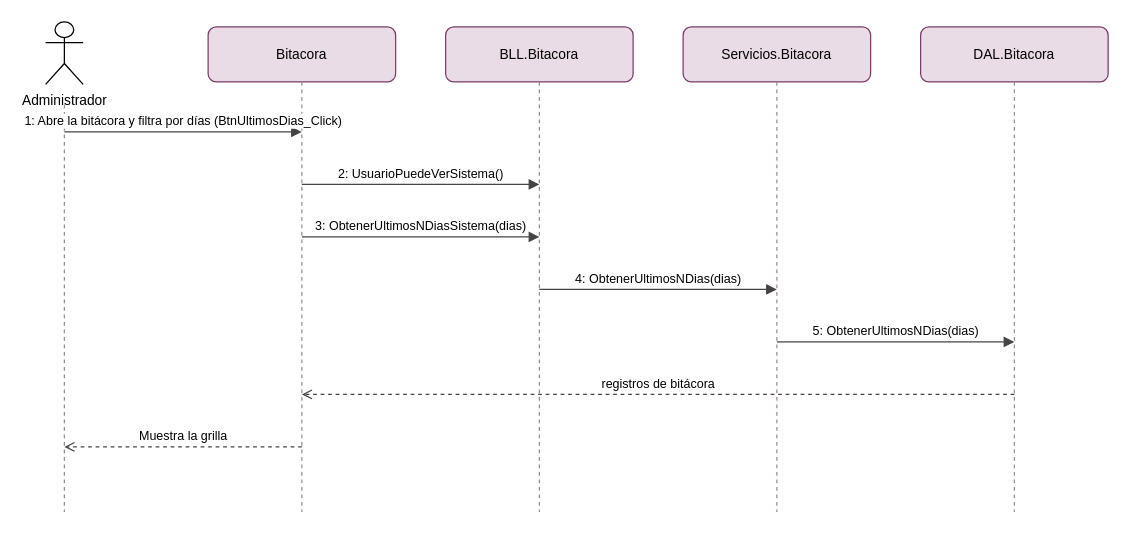
This is docs/diagramas/drawio/DSS_T06a_ConsultarBitacora.drawio from valentinamorana/Trabajo-de-Diploma, a draw.io file, before an edit. Source tidied: cells renumbered, new cells numbered last; positions are measured from the earlier drawing's top-left corner, leaving out a move shared by most shapes. Both pictures are drawn from the tidied source at 125%, with x=0, y=0 at pixel (45, 21).
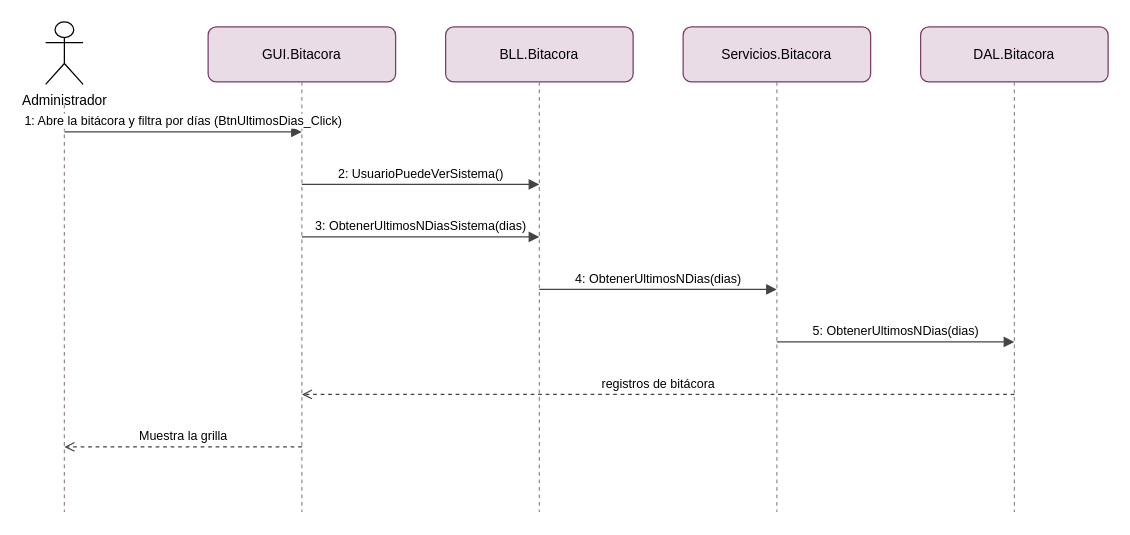
The same diagram, later.

The edit, as a diff of the source:
```diff
@@
-    <mxCell id="4" value="Bitacora" style="rounded=1;whiteSpace=wrap;html=1;fillColor=#EADCE6;strokeColor=#7a3d68;fontSize=11;" parent="1" vertex="1">
+    <mxCell id="4" value="GUI.Bitacora" style="rounded=1;whiteSpace=wrap;html=1;fillColor=#EADCE6;strokeColor=#7a3d68;fontSize=11;" parent="1" vertex="1">
       <mxGeometry x="130" y="4" width="150" height="44" as="geometry" />
     </mxCell>
```
